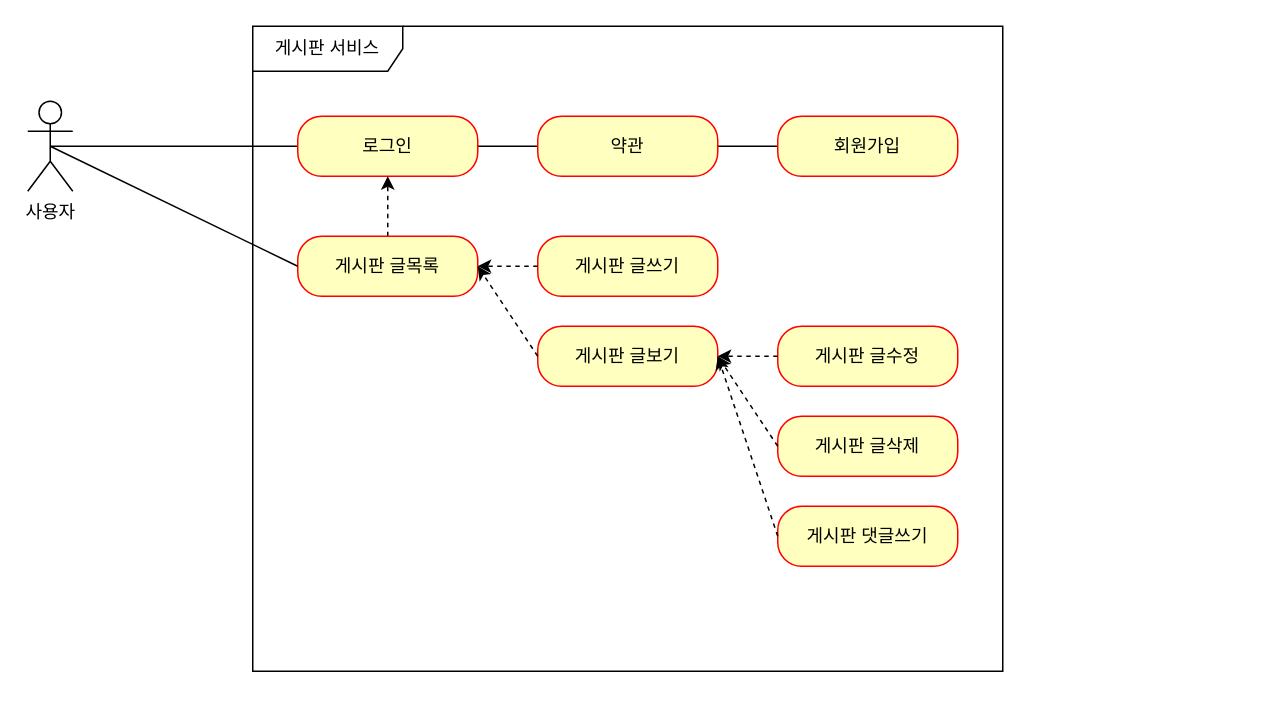
nsaedae/JSP keeps this draw.io diagram as Board1/게시판.drawio. Above is the earlier version. Source tidied: cells renumbered, new cells numbered last; positions are measured from the earlier drawing's top-left corner, leaving out a move shared by most shapes. Both pictures are drawn from the tidied source at 150%, with x=0, y=0 at pixel (27, 26).
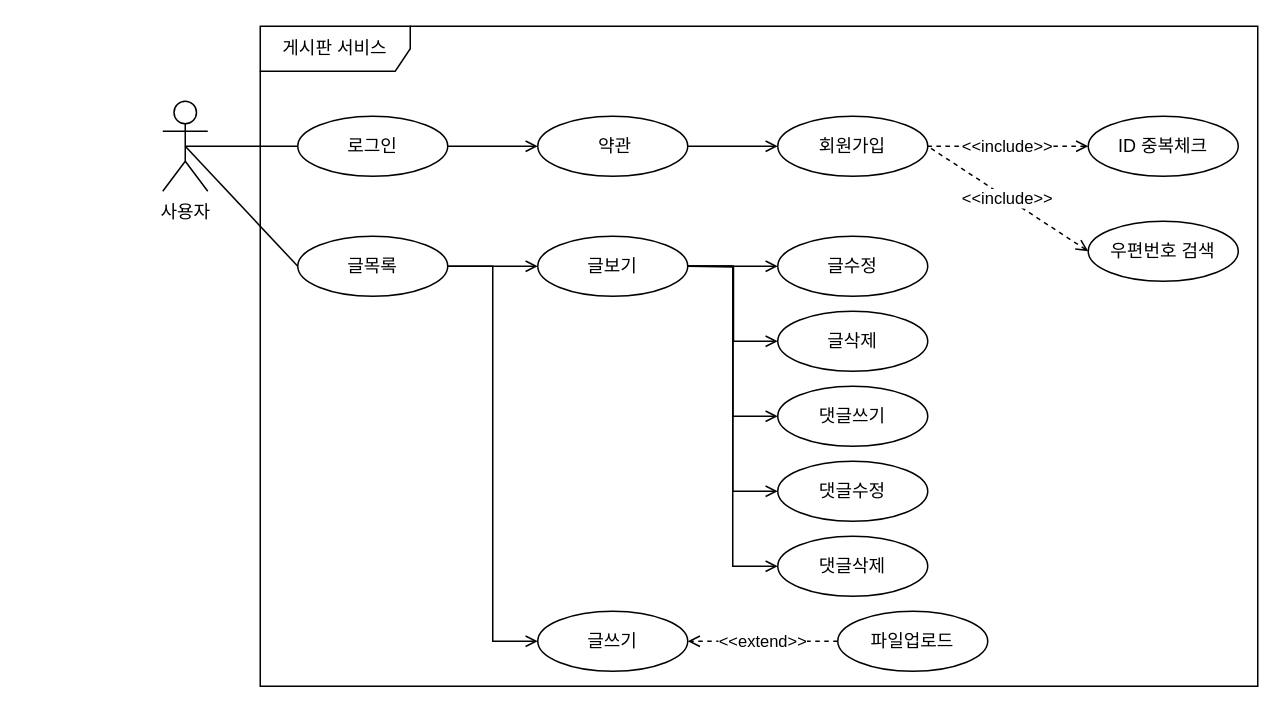
The same diagram, later.

Commit message:
게시판.drawio 업데이트

Change to the diagram source:
```diff
@@
     <mxCell id="2" value="사용자" style="shape=umlActor;verticalLabelPosition=bottom;verticalAlign=top;html=1;" parent="1" vertex="1">
-      <mxGeometry y="50" width="30" height="60" as="geometry" />
+      <mxGeometry x="90" y="50" width="30" height="60" as="geometry" />
     </mxCell>
     <mxCell id="3" value="게시판 서비스" style="shape=umlFrame;whiteSpace=wrap;html=1;width=100;height=30;" parent="1" vertex="1">
-      <mxGeometry x="150" width="500" height="430" as="geometry" />
+      <mxGeometry x="155" width="665" height="440" as="geometry" />
     </mxCell>
-    <mxCell id="4" style="edgeStyle=none;rounded=0;jettySize=auto;html=1;exitX=0;exitY=0.5;exitDx=0;exitDy=0;entryX=0.5;entryY=0.5;entryDx=0;entryDy=0;entryPerimeter=0;endArrow=none;endFill=0;" parent="1" edge="1" source="6" target="2">
-      <mxGeometry relative="1" as="geometry" />
-    </mxCell>
+    <mxCell id="17" style="edgeStyle=none;rounded=0;jettySize=auto;html=1;exitX=0;exitY=0.5;exitDx=0;exitDy=0;entryX=0.5;entryY=0.5;entryDx=0;entryDy=0;entryPerimeter=0;endArrow=none;endFill=0;" parent="1" edge="1" source="6" target="2">
+      <mxGeometry relative="1" as="geometry" />
+    </mxCell>
-    <mxCell id="5" style="edgeStyle=none;rounded=0;jettySize=auto;html=1;exitX=1;exitY=0.5;exitDx=0;exitDy=0;entryX=0;entryY=0.5;entryDx=0;entryDy=0;endArrow=none;endFill=0;" parent="1" edge="1" source="6" target="8">
+    <mxCell id="5" style="edgeStyle=orthogonalEdgeStyle;rounded=0;jettySize=auto;html=1;exitX=1;exitY=0.5;exitDx=0;exitDy=0;entryX=0;entryY=0.5;entryDx=0;entryDy=0;endArrow=open;endFill=0;" parent="1" edge="1" source="6" target="8">
       <mxGeometry relative="1" as="geometry" />
     </mxCell>
-    <mxCell id="6" value="로그인" style="rounded=1;whiteSpace=wrap;html=1;arcSize=40;fontColor=#000000;fillColor=#ffffc0;strokeColor=#ff0000;" parent="1" vertex="1">
-      <mxGeometry x="180" y="60" width="120" height="40" as="geometry" />
+    <mxCell id="6" value="로그인" style="ellipse;whiteSpace=wrap;html=1;" parent="1" vertex="1">
+      <mxGeometry x="180" y="60" width="100" height="40" as="geometry" />
     </mxCell>
-    <mxCell id="7" style="edgeStyle=none;rounded=0;jettySize=auto;html=1;exitX=1;exitY=0.5;exitDx=0;exitDy=0;entryX=0;entryY=0.5;entryDx=0;entryDy=0;endArrow=none;endFill=0;" parent="1" edge="1" source="8" target="9">
+    <mxCell id="7" style="edgeStyle=orthogonalEdgeStyle;rounded=0;jettySize=auto;html=1;exitX=1;exitY=0.5;exitDx=0;exitDy=0;entryX=0;entryY=0.5;entryDx=0;entryDy=0;endArrow=open;endFill=0;" parent="1" edge="1" source="8" target="9">
       <mxGeometry relative="1" as="geometry" />
     </mxCell>
-    <mxCell id="8" value="약관" style="rounded=1;whiteSpace=wrap;html=1;arcSize=40;fontColor=#000000;fillColor=#ffffc0;strokeColor=#ff0000;" parent="1" vertex="1">
-      <mxGeometry x="340" y="60" width="120" height="40" as="geometry" />
+    <mxCell id="8" value="&amp;nbsp;약관" style="ellipse;whiteSpace=wrap;html=1;" parent="1" vertex="1">
+      <mxGeometry x="340" y="60" width="100" height="40" as="geometry" />
     </mxCell>
-    <mxCell id="9" value="회원가입" style="rounded=1;whiteSpace=wrap;html=1;arcSize=40;fontColor=#000000;fillColor=#ffffc0;strokeColor=#ff0000;" parent="1" vertex="1">
-      <mxGeometry x="500" y="60" width="120" height="40" as="geometry" />
+    <mxCell id="9" value="회원가입" style="ellipse;whiteSpace=wrap;html=1;" parent="1" vertex="1">
+      <mxGeometry x="500" y="60" width="100" height="40" as="geometry" />
     </mxCell>
-    <mxCell id="10" style="edgeStyle=none;rounded=0;jettySize=auto;html=1;exitX=0.5;exitY=0;exitDx=0;exitDy=0;endArrow=classic;endFill=1;dashed=1;startArrow=none;startFill=0;" parent="1" edge="1" source="11" target="6">
-      <mxGeometry relative="1" as="geometry" />
-    </mxCell>
-    <mxCell id="11" value="게시판 글목록" style="rounded=1;whiteSpace=wrap;html=1;arcSize=40;fontColor=#000000;fillColor=#ffffc0;strokeColor=#ff0000;" parent="1" vertex="1">
-      <mxGeometry x="180" y="140" width="120" height="40" as="geometry" />
-    </mxCell>
-    <mxCell id="12" value="게시판 글쓰기" style="rounded=1;whiteSpace=wrap;html=1;arcSize=40;fontColor=#000000;fillColor=#ffffc0;strokeColor=#ff0000;" parent="1" vertex="1">
-      <mxGeometry x="340" y="140" width="120" height="40" as="geometry" />
-    </mxCell>
-    <mxCell id="13" value="게시판 글보기" style="rounded=1;whiteSpace=wrap;html=1;arcSize=40;fontColor=#000000;fillColor=#ffffc0;strokeColor=#ff0000;" parent="1" vertex="1">
-      <mxGeometry x="340" y="200" width="120" height="40" as="geometry" />
-    </mxCell>
-    <mxCell id="14" value="게시판 글수정" style="rounded=1;whiteSpace=wrap;html=1;arcSize=40;fontColor=#000000;fillColor=#ffffc0;strokeColor=#ff0000;" parent="1" vertex="1">
-      <mxGeometry x="500" y="200" width="120" height="40" as="geometry" />
-    </mxCell>
-    <mxCell id="15" value="게시판 글삭제" style="rounded=1;whiteSpace=wrap;html=1;arcSize=40;fontColor=#000000;fillColor=#ffffc0;strokeColor=#ff0000;" parent="1" vertex="1">
-      <mxGeometry x="500" y="260" width="120" height="40" as="geometry" />
-    </mxCell>
-    <mxCell id="16" value="게시판 댓글쓰기" style="rounded=1;whiteSpace=wrap;html=1;arcSize=40;fontColor=#000000;fillColor=#ffffc0;strokeColor=#ff0000;" parent="1" vertex="1">
-      <mxGeometry x="500" y="320" width="120" height="40" as="geometry" />
-    </mxCell>
-    <mxCell id="17" style="edgeStyle=none;rounded=0;jettySize=auto;html=1;exitX=0;exitY=0.5;exitDx=0;exitDy=0;entryX=0.5;entryY=0.5;entryDx=0;entryDy=0;entryPerimeter=0;endArrow=none;endFill=0;" parent="1" edge="1" source="11" target="2">
-      <mxGeometry relative="1" as="geometry" />
-    </mxCell>
-    <mxCell id="18" style="edgeStyle=none;rounded=0;jettySize=auto;html=1;exitX=0;exitY=0.5;exitDx=0;exitDy=0;endArrow=classic;endFill=1;dashed=1;startArrow=none;startFill=0;entryX=1;entryY=0.5;entryDx=0;entryDy=0;" parent="1" edge="1" source="12" target="11">
-      <mxGeometry relative="1" as="geometry" />
-    </mxCell>
-    <mxCell id="19" style="edgeStyle=none;rounded=0;jettySize=auto;html=1;exitX=0;exitY=0.5;exitDx=0;exitDy=0;endArrow=classic;endFill=1;dashed=1;startArrow=none;startFill=0;entryX=1;entryY=0.5;entryDx=0;entryDy=0;" parent="1" edge="1" source="13" target="11">
-      <mxGeometry relative="1" as="geometry" />
-    </mxCell>
-    <mxCell id="20" style="edgeStyle=none;rounded=0;jettySize=auto;html=1;exitX=0;exitY=0.5;exitDx=0;exitDy=0;endArrow=classic;endFill=1;dashed=1;startArrow=none;startFill=0;" parent="1" edge="1" source="14" target="13">
-      <mxGeometry relative="1" as="geometry" />
-    </mxCell>
-    <mxCell id="21" style="edgeStyle=none;rounded=0;jettySize=auto;html=1;exitX=0;exitY=0.5;exitDx=0;exitDy=0;endArrow=classic;endFill=1;dashed=1;startArrow=none;startFill=0;entryX=1;entryY=0.5;entryDx=0;entryDy=0;" parent="1" edge="1" source="15" target="13">
-      <mxGeometry relative="1" as="geometry" />
-    </mxCell>
-    <mxCell id="22" style="edgeStyle=none;rounded=0;jettySize=auto;html=1;exitX=0;exitY=0.5;exitDx=0;exitDy=0;endArrow=classic;endFill=1;dashed=1;startArrow=none;startFill=0;entryX=1;entryY=0.5;entryDx=0;entryDy=0;" parent="1" edge="1" source="16" target="13">
-      <mxGeometry relative="1" as="geometry" />
-    </mxCell>
+    <mxCell id="23" value="&amp;lt;&amp;lt;include&amp;gt;&amp;gt;" style="edgeStyle=orthogonalEdgeStyle;rounded=0;jettySize=auto;html=1;exitX=0;exitY=0.5;exitDx=0;exitDy=0;dashed=1;endArrow=none;endFill=0;startArrow=open;startFill=0;" parent="1" edge="1" source="24" target="9">
+      <mxGeometry relative="1" as="geometry" />
+    </mxCell>
+    <mxCell id="24" value="ID 중복체크" style="ellipse;whiteSpace=wrap;html=1;" parent="1" vertex="1">
+      <mxGeometry x="707" y="60" width="100" height="40" as="geometry" />
+    </mxCell>
+    <mxCell id="25" value="&amp;lt;&amp;lt;include&amp;gt;&amp;gt;" style="rounded=0;jettySize=auto;html=1;exitX=0;exitY=0.5;exitDx=0;exitDy=0;entryX=1;entryY=0.5;entryDx=0;entryDy=0;dashed=1;endArrow=none;endFill=0;startArrow=open;startFill=0;" parent="1" edge="1" source="26" target="9">
+      <mxGeometry relative="1" as="geometry" />
+    </mxCell>
+    <mxCell id="26" value="우편번호 검색" style="ellipse;whiteSpace=wrap;html=1;" parent="1" vertex="1">
+      <mxGeometry x="707" y="130" width="100" height="40" as="geometry" />
+    </mxCell>
+    <mxCell id="27" style="rounded=0;jettySize=auto;html=1;exitX=0;exitY=0.5;exitDx=0;exitDy=0;entryX=0.5;entryY=0.5;entryDx=0;entryDy=0;entryPerimeter=0;endArrow=none;endFill=0;" parent="1" edge="1" source="30" target="2">
+      <mxGeometry relative="1" as="geometry" />
+    </mxCell>
+    <mxCell id="28" style="edgeStyle=none;rounded=0;jettySize=auto;html=1;exitX=1;exitY=0.5;exitDx=0;exitDy=0;startArrow=none;startFill=0;endArrow=open;endFill=0;" parent="1" edge="1" source="30" target="36">
+      <mxGeometry relative="1" as="geometry" />
+    </mxCell>
+    <mxCell id="29" style="edgeStyle=orthogonalEdgeStyle;rounded=0;jettySize=auto;html=1;exitX=1;exitY=0.5;exitDx=0;exitDy=0;entryX=0;entryY=0.5;entryDx=0;entryDy=0;startArrow=none;startFill=0;endArrow=open;endFill=0;" parent="1" edge="1" source="30" target="37">
+      <mxGeometry relative="1" as="geometry" />
+    </mxCell>
+    <mxCell id="30" value="글목록" style="ellipse;whiteSpace=wrap;html=1;" parent="1" vertex="1">
+      <mxGeometry x="180" y="140" width="100" height="40" as="geometry" />
+    </mxCell>
+    <mxCell id="31" style="edgeStyle=none;rounded=0;jettySize=auto;html=1;exitX=1;exitY=0.5;exitDx=0;exitDy=0;entryX=0;entryY=0.5;entryDx=0;entryDy=0;startArrow=none;startFill=0;endArrow=open;endFill=0;" parent="1" edge="1" source="36" target="40">
+      <mxGeometry relative="1" as="geometry" />
+    </mxCell>
+    <mxCell id="32" style="edgeStyle=orthogonalEdgeStyle;rounded=0;jettySize=auto;html=1;entryX=0;entryY=0.5;entryDx=0;entryDy=0;startArrow=none;startFill=0;endArrow=open;endFill=0;" parent="1" edge="1" target="41">
+      <mxGeometry relative="1" as="geometry">
+        <mxPoint x="440" y="160" as="sourcePoint" />
+      </mxGeometry>
+    </mxCell>
+    <mxCell id="33" style="edgeStyle=orthogonalEdgeStyle;rounded=0;jettySize=auto;html=1;exitX=1;exitY=0.5;exitDx=0;exitDy=0;entryX=0;entryY=0.5;entryDx=0;entryDy=0;startArrow=none;startFill=0;endArrow=open;endFill=0;" parent="1" edge="1" source="36" target="42">
+      <mxGeometry relative="1" as="geometry" />
+    </mxCell>
+    <mxCell id="34" style="edgeStyle=orthogonalEdgeStyle;rounded=0;jettySize=auto;html=1;exitX=1;exitY=0.5;exitDx=0;exitDy=0;entryX=0;entryY=0.5;entryDx=0;entryDy=0;startArrow=none;startFill=0;endArrow=open;endFill=0;" parent="1" edge="1" source="36" target="43">
+      <mxGeometry relative="1" as="geometry" />
+    </mxCell>
+    <mxCell id="35" style="edgeStyle=orthogonalEdgeStyle;rounded=0;jettySize=auto;html=1;exitX=1;exitY=0.5;exitDx=0;exitDy=0;entryX=0;entryY=0.5;entryDx=0;entryDy=0;startArrow=none;startFill=0;endArrow=open;endFill=0;" parent="1" edge="1" source="36" target="44">
+      <mxGeometry relative="1" as="geometry" />
+    </mxCell>
+    <mxCell id="36" value="글보기" style="ellipse;whiteSpace=wrap;html=1;" parent="1" vertex="1">
+      <mxGeometry x="340" y="140" width="100" height="40" as="geometry" />
+    </mxCell>
+    <mxCell id="37" value="글쓰기" style="ellipse;whiteSpace=wrap;html=1;" parent="1" vertex="1">
+      <mxGeometry x="340" y="390" width="100" height="40" as="geometry" />
+    </mxCell>
+    <mxCell id="38" value="&amp;lt;&amp;lt;extend&amp;gt;&amp;gt;" style="edgeStyle=none;rounded=0;jettySize=auto;html=1;exitX=0;exitY=0.5;exitDx=0;exitDy=0;endArrow=open;endFill=0;dashed=1;startArrow=none;startFill=0;" parent="1" edge="1" source="39" target="37">
+      <mxGeometry relative="1" as="geometry" />
+    </mxCell>
+    <mxCell id="39" value="파일업로드" style="ellipse;whiteSpace=wrap;html=1;" parent="1" vertex="1">
+      <mxGeometry x="540" y="390" width="100" height="40" as="geometry" />
+    </mxCell>
+    <mxCell id="40" value="글수정" style="ellipse;whiteSpace=wrap;html=1;" parent="1" vertex="1">
+      <mxGeometry x="500" y="140" width="100" height="40" as="geometry" />
+    </mxCell>
+    <mxCell id="41" value="글삭제" style="ellipse;whiteSpace=wrap;html=1;" parent="1" vertex="1">
+      <mxGeometry x="500" y="190" width="100" height="40" as="geometry" />
+    </mxCell>
+    <mxCell id="42" value="댓글쓰기" style="ellipse;whiteSpace=wrap;html=1;" parent="1" vertex="1">
+      <mxGeometry x="500" y="240" width="100" height="40" as="geometry" />
+    </mxCell>
+    <mxCell id="43" value="댓글수정" style="ellipse;whiteSpace=wrap;html=1;" parent="1" vertex="1">
+      <mxGeometry x="500" y="290" width="100" height="40" as="geometry" />
+    </mxCell>
+    <mxCell id="44" value="댓글삭제" style="ellipse;whiteSpace=wrap;html=1;" parent="1" vertex="1">
+      <mxGeometry x="500" y="340" width="100" height="40" as="geometry" />
+    </mxCell>
```
